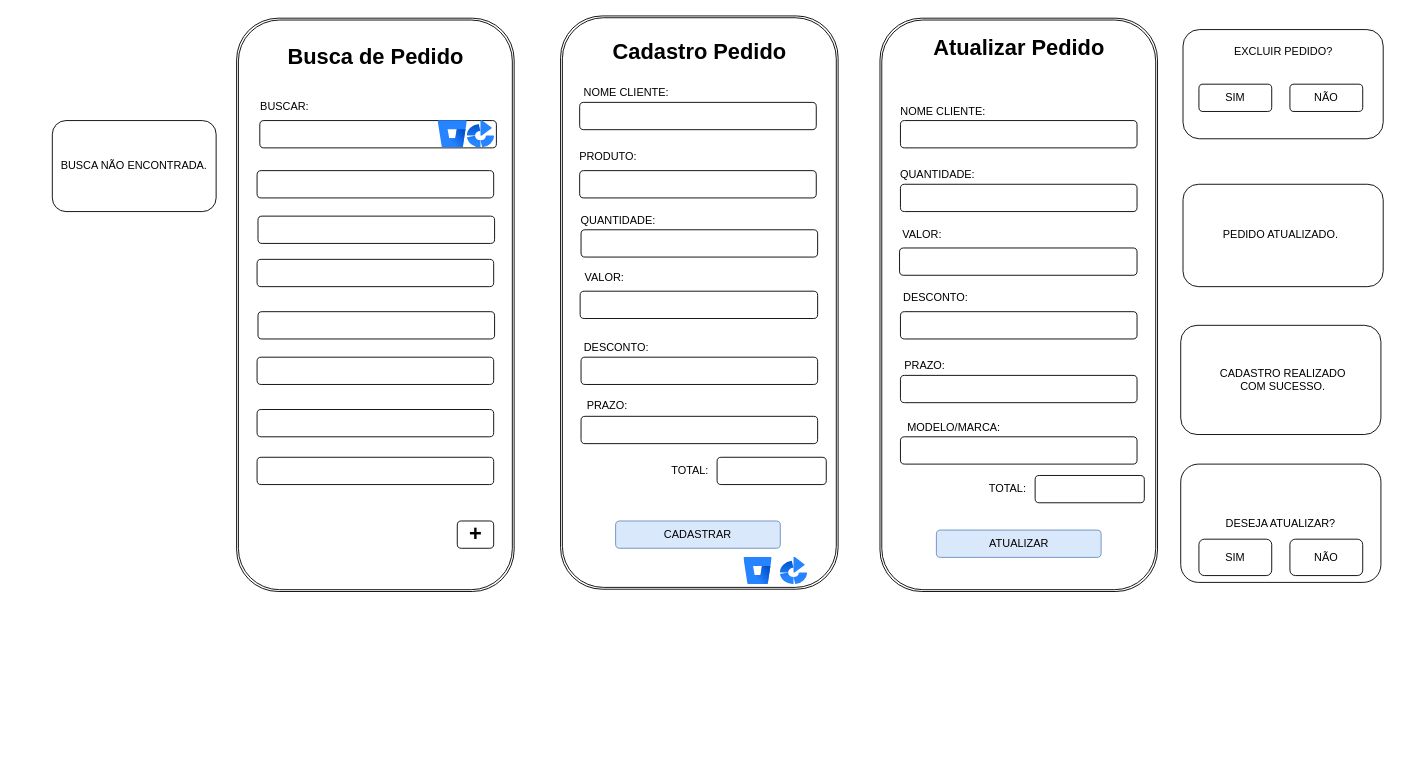
This is page "Página-2" (3 of 6) of DOC/tela.drawio from rafaelareisilva/avatar.app, a draw.io file, before an edit. Source tidied: cells renumbered, new cells numbered last; positions are measured from the earlier drawing's top-left corner, leaving out a move shared by most shapes. Both pictures are drawn from the tidied source at 91%, with x=0, y=0 at pixel (52, 29).
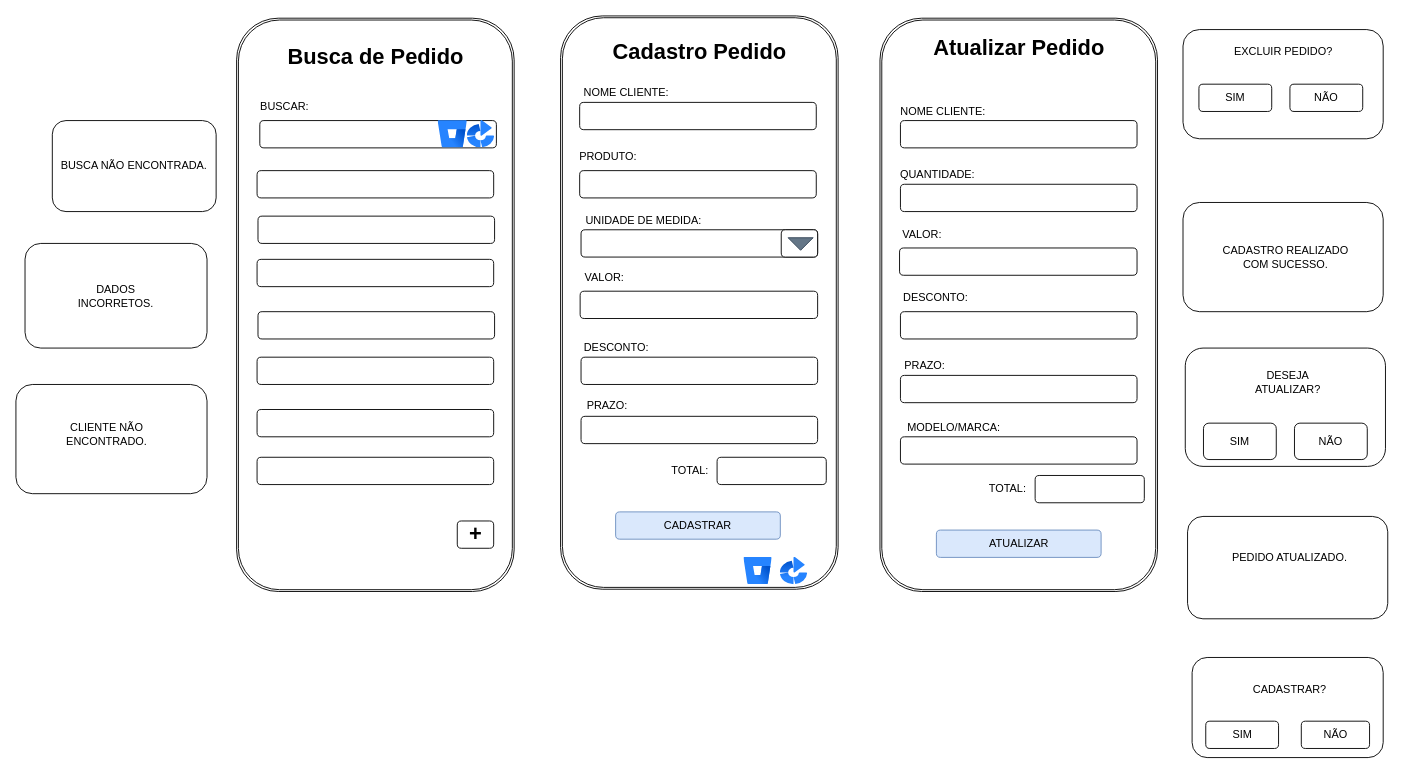
The same page after the edit.

Diff of the diagram source:
```diff
@@
-    <mxCell id="24" value="QUANTIDADE:" style="text;html=1;align=center;verticalAlign=middle;whiteSpace=wrap;rounded=0;" parent="1" vertex="1">
-      <mxGeometry x="600" y="200" width="44" height="20" as="geometry" />
+    <mxCell id="24" value="UNIDADE DE MEDIDA:" style="text;html=1;align=center;verticalAlign=middle;whiteSpace=wrap;rounded=0;" parent="1" vertex="1">
+      <mxGeometry x="579.5" y="200" width="140" height="20" as="geometry" />
     </mxCell>
@@
     <mxCell id="28" value="CADASTRAR" style="rounded=1;whiteSpace=wrap;html=1;fillColor=#dae8fc;strokeColor=#6c8ebf;" parent="1" vertex="1">
-      <mxGeometry x="619" y="540" width="181" height="30" as="geometry" />
+      <mxGeometry x="619" y="530" width="181" height="30" as="geometry" />
     </mxCell>
@@
     <mxCell id="45" style="rounded=1;whiteSpace=wrap;html=1;" parent="1" vertex="1">
-      <mxGeometry x="1242.5" y="170" width="220" height="112.5" as="geometry" />
+      <mxGeometry x="1247.5" y="535" width="220" height="112.5" as="geometry" />
     </mxCell>
     <mxCell id="46" value="PEDIDO ATUALIZADO." style="text;html=1;align=center;verticalAlign=middle;whiteSpace=wrap;rounded=0;" parent="1" vertex="1">
-      <mxGeometry x="1265" y="211.2" width="170" height="30" as="geometry" />
+      <mxGeometry x="1275" y="565" width="170" height="30" as="geometry" />
     </mxCell>
     <mxCell id="47" style="rounded=1;whiteSpace=wrap;html=1;" parent="1" vertex="1">
-      <mxGeometry x="1240" y="325" width="220" height="120" as="geometry" />
+      <mxGeometry x="1242.5" y="190" width="220" height="120" as="geometry" />
     </mxCell>
     <mxCell id="48" value="CADASTRO REALIZADO COM SUCESSO." style="text;html=1;align=center;verticalAlign=middle;whiteSpace=wrap;rounded=0;" parent="1" vertex="1">
-      <mxGeometry x="1275" y="365" width="155" height="40" as="geometry" />
+      <mxGeometry x="1277.5" y="230" width="155" height="40" as="geometry" />
     </mxCell>
@@
-    <mxCell id="50" value="DESEJA ATUALIZAR?" style="rounded=1;whiteSpace=wrap;html=1;" parent="1" vertex="1">
-      <mxGeometry x="1240" y="477.5" width="220" height="130" as="geometry" />
+    <mxCell id="50" style="rounded=1;whiteSpace=wrap;html=1;" parent="1" vertex="1">
+      <mxGeometry x="1245" y="350" width="220" height="130" as="geometry" />
     </mxCell>
@@
     <mxCell id="60" value="SIM" style="rounded=1;whiteSpace=wrap;html=1;" parent="1" vertex="1">
-      <mxGeometry x="1260" y="560" width="80" height="40" as="geometry" />
+      <mxGeometry x="1265" y="432.5" width="80" height="40" as="geometry" />
     </mxCell>
     <mxCell id="61" value="NÃO" style="rounded=1;whiteSpace=wrap;html=1;" parent="1" vertex="1">
-      <mxGeometry x="1360" y="560" width="80" height="40" as="geometry" />
+      <mxGeometry x="1365" y="432.5" width="80" height="40" as="geometry" />
     </mxCell>
@@
+    <mxCell id="64" style="rounded=1;whiteSpace=wrap;html=1;" parent="1" vertex="1">
+      <mxGeometry x="-30" y="235" width="200" height="115" as="geometry" />
+    </mxCell>
+    <mxCell id="65" value="DADOS INCORRETOS." style="text;html=1;align=center;verticalAlign=middle;whiteSpace=wrap;rounded=0;" parent="1" vertex="1">
+      <mxGeometry x="20" y="277.5" width="100" height="30" as="geometry" />
+    </mxCell>
+    <mxCell id="66" value="DESEJA ATUALIZAR?" style="text;html=1;align=center;verticalAlign=middle;whiteSpace=wrap;rounded=0;" parent="1" vertex="1">
+      <mxGeometry x="1302.5" y="372.5" width="110" height="30" as="geometry" />
+    </mxCell>
+    <mxCell id="67" style="rounded=1;whiteSpace=wrap;html=1;" parent="1" vertex="1">
+      <mxGeometry x="801" y="220" width="40" height="30" as="geometry" />
+    </mxCell>
+    <mxCell id="68" style="shape=mxgraph.arrows2.wedgeArrow;html=1;startWidth=50;fillColor=strokeColor;defaultFillColor=invert;defaultGradientColor=invert;rounded=0;" parent="1" edge="1">
+      <mxGeometry relative="1" as="geometry">
+        <mxPoint x="795.5" y="247.5" as="sourcePoint" />
+        <mxPoint x="796" y="247.5" as="targetPoint" />
+      </mxGeometry>
+    </mxCell>
+    <mxCell id="69" style="triangle;whiteSpace=wrap;html=1;rotation=90;fillColor=#647687;fontColor=#ffffff;strokeColor=#314354;" parent="1" vertex="1">
+      <mxGeometry x="815.4" y="221.9" width="13.8" height="27.5" as="geometry" />
+    </mxCell>
+    <mxCell id="70" style="rounded=1;whiteSpace=wrap;html=1;" parent="1" vertex="1">
+      <mxGeometry x="1252.5" y="690" width="210" height="110" as="geometry" />
+    </mxCell>
+    <mxCell id="71" value="CADASTRAR?" style="text;html=1;align=center;verticalAlign=middle;whiteSpace=wrap;rounded=0;" parent="1" vertex="1">
+      <mxGeometry x="1330" y="710" width="60" height="30" as="geometry" />
+    </mxCell>
+    <mxCell id="72" value="SIM" style="rounded=1;whiteSpace=wrap;html=1;" parent="1" vertex="1">
+      <mxGeometry x="1267.5" y="760" width="80" height="30" as="geometry" />
+    </mxCell>
+    <mxCell id="73" value="NÃO" style="rounded=1;whiteSpace=wrap;html=1;" parent="1" vertex="1">
+      <mxGeometry x="1372.5" y="760" width="75" height="30" as="geometry" />
+    </mxCell>
+    <mxCell id="74" style="rounded=1;whiteSpace=wrap;html=1;" parent="1" vertex="1">
+      <mxGeometry x="-40" y="390" width="210" height="120" as="geometry" />
+    </mxCell>
+    <mxCell id="75" value="CLIENTE NÃO ENCONTRADO." style="text;html=1;align=center;verticalAlign=middle;whiteSpace=wrap;rounded=0;" parent="1" vertex="1">
+      <mxGeometry y="430" width="120" height="30" as="geometry" />
+    </mxCell>
```
